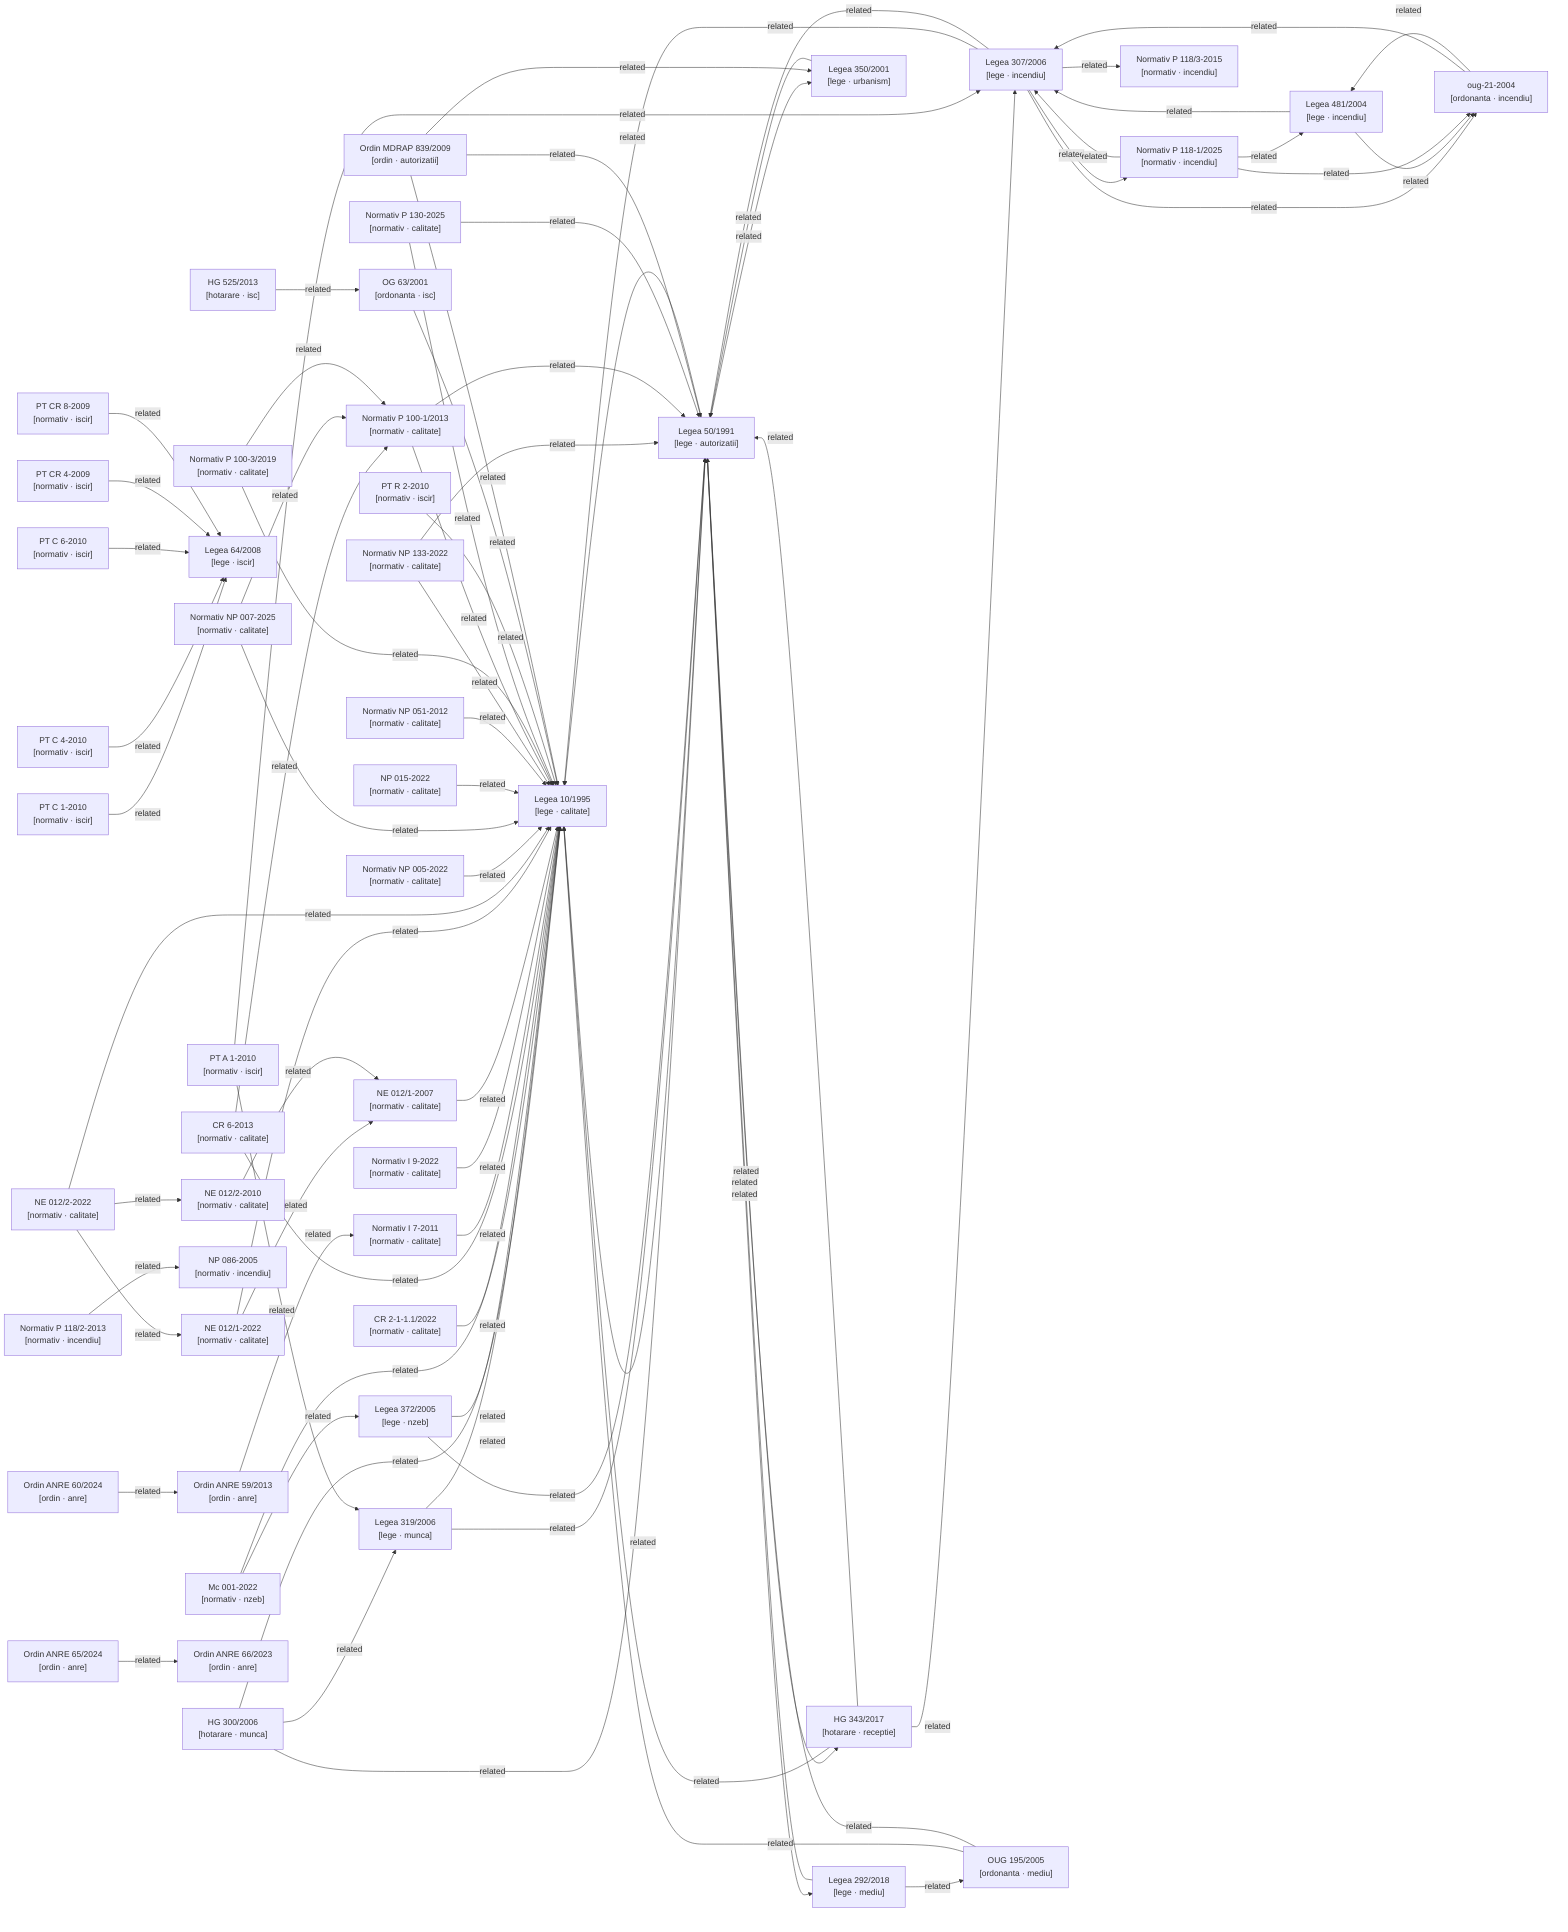
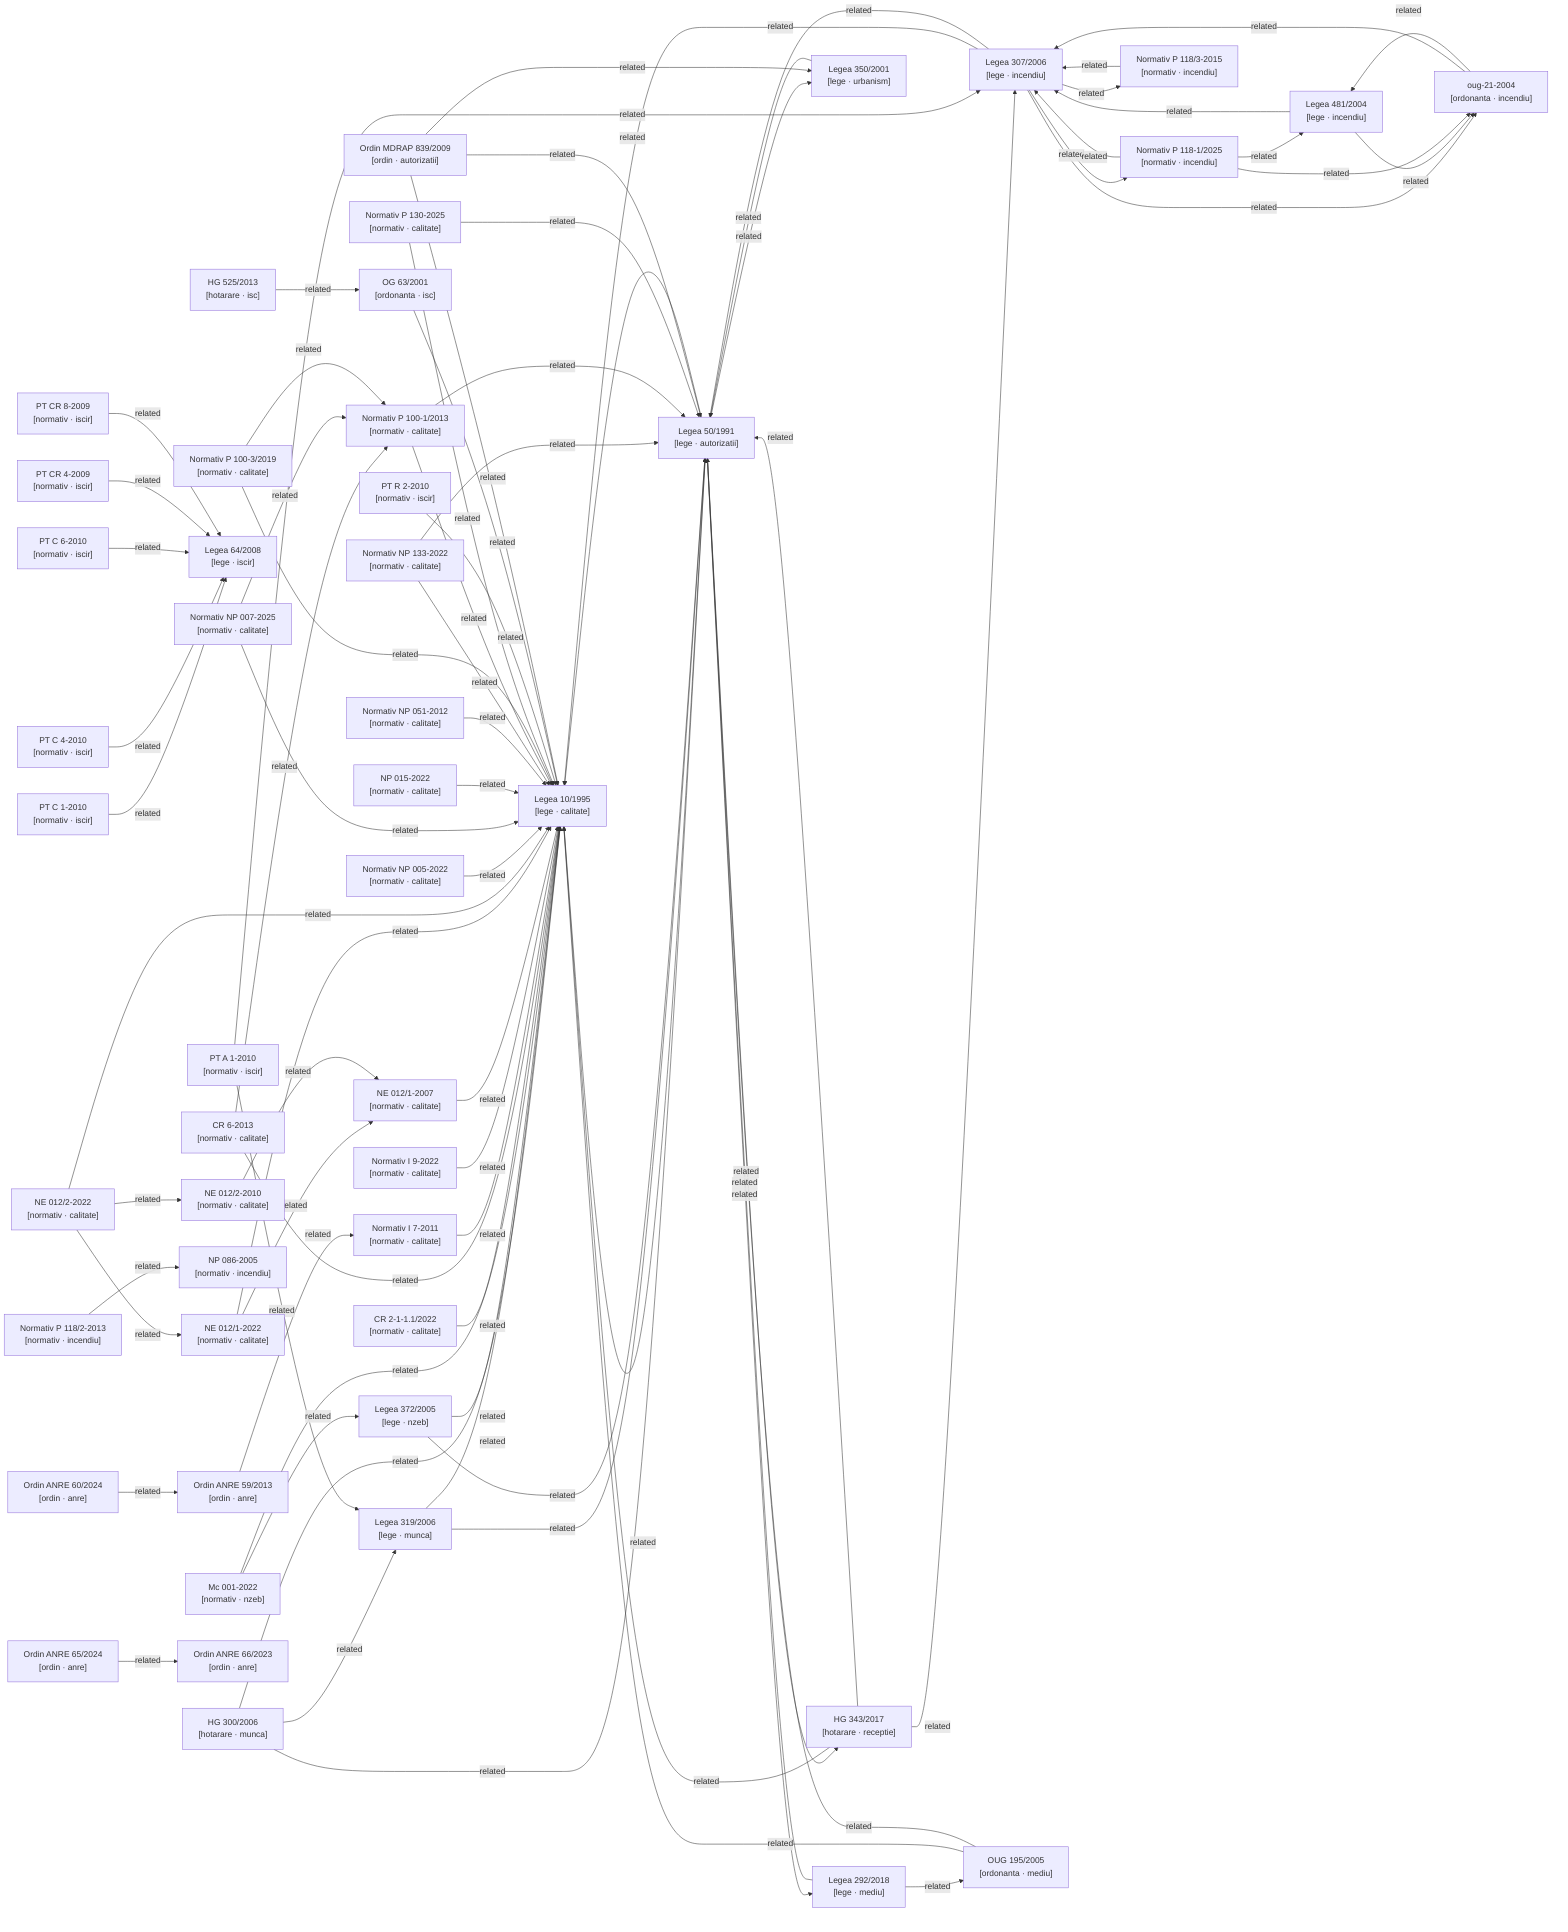
graph LR

  %% Nodes
  hg-300-2006["HG 300/2006\n[hotarare · munca]"]
  hg-343-2017["HG 343/2017\n[hotarare · receptie]"]
  hg-525-2013["HG 525/2013\n[hotarare · isc]"]
  lege-10-1995["Legea 10/1995\n[lege · calitate]"]
  lege-292-2018["Legea 292/2018\n[lege · mediu]"]
  lege-307-2006["Legea 307/2006\n[lege · incendiu]"]
  lege-319-2006["Legea 319/2006\n[lege · munca]"]
  lege-350-2001["Legea 350/2001\n[lege · urbanism]"]
  lege-372-2005["Legea 372/2005\n[lege · nzeb]"]
  lege-481-2004["Legea 481/2004\n[lege · incendiu]"]
  lege-50-1991["Legea 50/1991\n[lege · autorizatii]"]
  lege-64-2008["Legea 64/2008\n[lege · iscir]"]
  metodologie-mc001-2022["Mc 001-2022\n[normativ · nzeb]"]
  normativ-cr2-1-1-1-2022["CR 2-1-1.1/2022\n[normativ · calitate]"]
  normativ-cr6-2013["CR 6-2013\n[normativ · calitate]"]
  normativ-i7-2011["Normativ I 7-2011\n[normativ · calitate]"]
  normativ-i9-2022["Normativ I 9-2022\n[normativ · calitate]"]
  normativ-ne012-1-2007["NE 012/1-2007\n[normativ · calitate]"]
  normativ-ne012-1-2022["NE 012/1-2022\n[normativ · calitate]"]
  normativ-ne012-2-2010["NE 012/2-2010\n[normativ · calitate]"]
  normativ-ne012-2-2022["NE 012/2-2022\n[normativ · calitate]"]
  normativ-np005-2022["Normativ NP 005-2022\n[normativ · calitate]"]
  normativ-np007-2025["Normativ NP 007-2025\n[normativ · calitate]"]
  normativ-np015-2022["NP 015-2022\n[normativ · calitate]"]
  normativ-np051-2012["Normativ NP 051-2012\n[normativ · calitate]"]
  normativ-np086-2005["NP 086-2005\n[normativ · incendiu]"]
  normativ-np133-2022["Normativ NP 133-2022\n[normativ · calitate]"]
  normativ-p100-1-2013["Normativ P 100-1/2013\n[normativ · calitate]"]
  normativ-p100-3-2019["Normativ P 100-3/2019\n[normativ · calitate]"]
  normativ-p118-1-2025["Normativ P 118-1/2025\n[normativ · incendiu]"]
  normativ-p118-2-2013["Normativ P 118/2-2013\n[normativ · incendiu]"]
  normativ-p118-3-2015["Normativ P 118/3-2015\n[normativ · incendiu]"]
  normativ-p130-2025["Normativ P 130-2025\n[normativ · calitate]"]
  normativ-pt-a1-2010["PT A 1-2010\n[normativ · iscir]"]
  normativ-pt-c1-2010["PT C 1-2010\n[normativ · iscir]"]
  normativ-pt-c4-2010["PT C 4-2010\n[normativ · iscir]"]
  normativ-pt-c6-2010["PT C 6-2010\n[normativ · iscir]"]
  normativ-pt-cr4-2009["PT CR 4-2009\n[normativ · iscir]"]
  normativ-pt-cr8-2009["PT CR 8-2009\n[normativ · iscir]"]
  normativ-pt-r2-2010["PT R 2-2010\n[normativ · iscir]"]
  og-63-2001["OG 63/2001\n[ordonanta · isc]"]
  ordin-839-2009["Ordin MDRAP 839/2009\n[ordin · autorizatii]"]
  ordin-anre-59-2013["Ordin ANRE 59/2013\n[ordin · anre]"]
  ordin-anre-60-2024["Ordin ANRE 60/2024\n[ordin · anre]"]
  ordin-anre-65-2024["Ordin ANRE 65/2024\n[ordin · anre]"]
  ordin-anre-66-2023["Ordin ANRE 66/2023\n[ordin · anre]"]
  oug-195-2005["OUG 195/2005\n[ordonanta · mediu]"]
  oug-21-2004["oug-21-2004\n[ordonanta · incendiu]"]

  %% Confirmed relationships (from metadata related_acts)
  hg-300-2006 -->|related| lege-10-1995
  hg-300-2006 -->|related| lege-319-2006
  hg-300-2006 -->|related| lege-50-1991
  hg-343-2017 -->|related| lege-10-1995
  hg-343-2017 -->|related| lege-307-2006
  hg-343-2017 -->|related| lege-50-1991
  hg-525-2013 -->|related| og-63-2001
  lege-10-1995 -->|related| lege-50-1991
  lege-292-2018 -->|related| lege-50-1991
  lege-292-2018 -->|related| oug-195-2005
  lege-307-2006 -->|related| lege-10-1995
  lege-307-2006 -->|related| lege-50-1991
  lege-307-2006 -->|related| normativ-p118-1-2025
  lege-307-2006 -->|related| normativ-p118-3-2015
  lege-307-2006 -->|related| oug-21-2004
  lege-319-2006 -->|related| lege-10-1995
  lege-319-2006 -->|related| lege-50-1991
  lege-350-2001 -->|related| lege-50-1991
  lege-372-2005 -->|related| lege-10-1995
  lege-372-2005 -->|related| lege-50-1991
  lege-481-2004 -->|related| lege-307-2006
  lege-481-2004 -->|related| oug-21-2004
  lege-50-1991 -->|related| hg-343-2017
  lege-50-1991 -->|related| lege-10-1995
  lege-50-1991 -->|related| lege-292-2018
  lege-50-1991 -->|related| lege-350-2001
  metodologie-mc001-2022 -->|related| lege-10-1995
  metodologie-mc001-2022 -->|related| lege-372-2005
  normativ-cr2-1-1-1-2022 -->|related| lege-10-1995
  normativ-cr6-2013 -->|related| lege-10-1995
  normativ-cr6-2013 -->|related| normativ-p100-1-2013
  normativ-i7-2011 -->|related| lege-10-1995
  normativ-i9-2022 -->|related| lege-10-1995
  normativ-ne012-1-2007 -->|related| lege-10-1995
  normativ-ne012-1-2022 -->|related| lege-10-1995
  normativ-ne012-1-2022 -->|related| normativ-ne012-1-2007
  normativ-ne012-2-2010 -->|related| normativ-ne012-1-2007
  normativ-ne012-2-2022 -->|related| lege-10-1995
  normativ-ne012-2-2022 -->|related| normativ-ne012-1-2022
  normativ-ne012-2-2022 -->|related| normativ-ne012-2-2010
  normativ-np005-2022 -->|related| lege-10-1995
  normativ-np007-2025 -->|related| lege-10-1995
  normativ-np007-2025 -->|related| normativ-p100-1-2013
  normativ-np015-2022 -->|related| lege-10-1995
  normativ-np051-2012 -->|related| lege-10-1995
  normativ-np133-2022 -->|related| lege-10-1995
  normativ-np133-2022 -->|related| lege-50-1991
  normativ-p100-1-2013 -->|related| lege-10-1995
  normativ-p100-1-2013 -->|related| lege-50-1991
  normativ-p100-3-2019 -->|related| lege-10-1995
  normativ-p100-3-2019 -->|related| normativ-p100-1-2013
  normativ-p118-1-2025 -->|related| lege-307-2006
  normativ-p118-1-2025 -->|related| lege-481-2004
  normativ-p118-1-2025 -->|related| oug-21-2004
  normativ-p118-2-2013 -->|related| normativ-np086-2005
+   normativ-p118-3-2015 -->|related| lege-307-2006
  normativ-p130-2025 -->|related| lege-10-1995
  normativ-p130-2025 -->|related| lege-50-1991
  normativ-pt-a1-2010 -->|related| lege-307-2006
  normativ-pt-a1-2010 -->|related| lege-319-2006
  normativ-pt-c1-2010 -->|related| lege-64-2008
  normativ-pt-c4-2010 -->|related| lege-64-2008
  normativ-pt-c6-2010 -->|related| lege-64-2008
  normativ-pt-cr4-2009 -->|related| lege-64-2008
  normativ-pt-cr8-2009 -->|related| lege-64-2008
  normativ-pt-r2-2010 -->|related| lege-10-1995
  og-63-2001 -->|related| lege-10-1995
  ordin-839-2009 -->|related| lege-10-1995
  ordin-839-2009 -->|related| lege-350-2001
  ordin-839-2009 -->|related| lege-50-1991
  ordin-anre-59-2013 -->|related| normativ-i7-2011
  ordin-anre-60-2024 -->|related| ordin-anre-59-2013
  ordin-anre-65-2024 -->|related| ordin-anre-66-2023
  oug-195-2005 -->|related| lege-10-1995
  oug-195-2005 -->|related| lege-50-1991
  oug-21-2004 -->|related| lege-307-2006
  oug-21-2004 -->|related| lege-481-2004

  %% Auto-detected relationships (needs_review)
